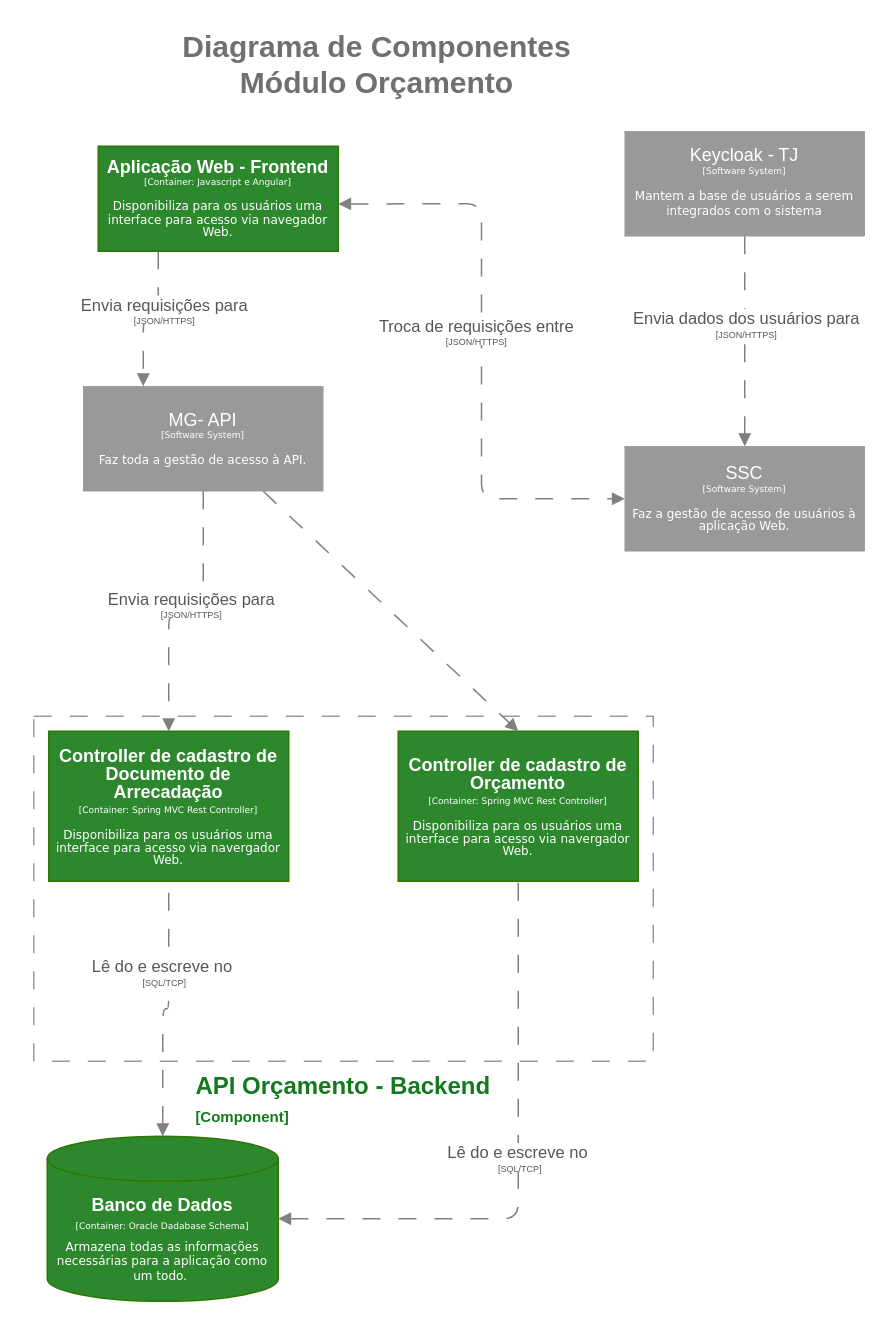
Above: drawio/Diagrama Components Orçamentário v1.drawio in vitorecdias/drawio (draw.io), before the change. Source tidied: cells renumbered, new cells numbered last; positions are measured from the earlier drawing's top-left corner, leaving out a move shared by most shapes. Both pictures are drawn from the tidied source at 150%, with x=0, y=0 at pixel (33, 26).
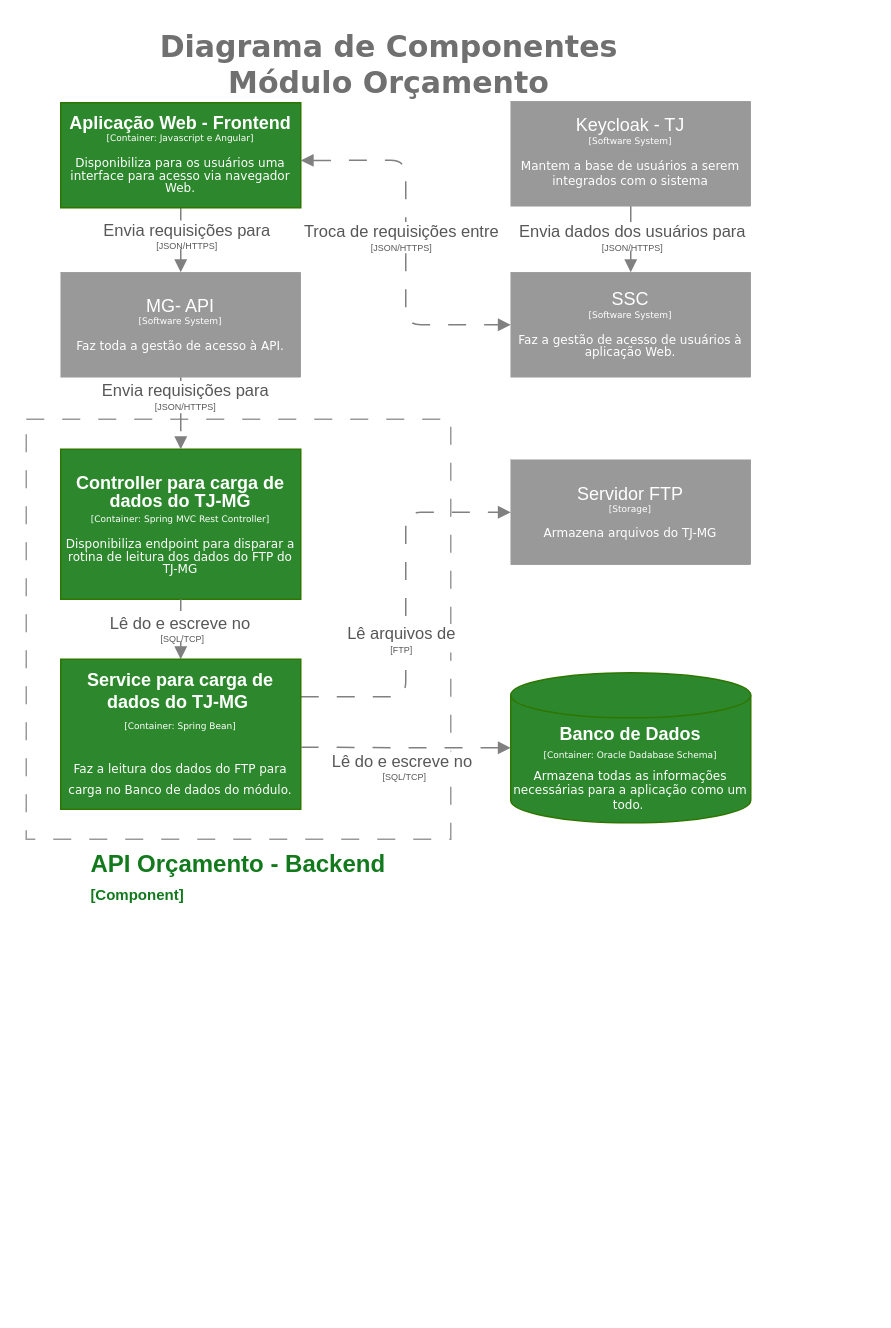
Above is the later version.

Unchanged cells that the change refers to:
```xml
<mxCell id="11" style="edgeStyle=orthogonalEdgeStyle;rounded=1;jettySize=auto;html=1;curved=0;strokeColor=light-dark(#808080, #ededed);dashed=1;dashPattern=12 12;exitX=0.5;exitY=1;exitDx=0;exitDy=0;endArrow=block;endFill=1;" parent="1" edge="1" source="10" target="7">
  <mxGeometry relative="1" as="geometry" />
</mxCell>
<mxCell id="18" style="edgeStyle=orthogonalEdgeStyle;rounded=1;jettySize=auto;html=1;curved=0;strokeColor=light-dark(#808080, #ededed);dashed=1;dashPattern=12 12;exitX=0.5;exitY=1;exitDx=0;exitDy=0;endArrow=block;endFill=1;startArrow=none;startFill=0;entryX=0.5;entryY=0;entryDx=0;entryDy=0;" parent="1" edge="1" source="17" target="8">
  <mxGeometry relative="1" as="geometry" />
</mxCell>
```

Change to the diagram source:
```diff
@@
-    <mxCell id="2" value="&lt;font style=&quot;font-size: 20px; color: rgb(112, 112, 112);&quot;&gt;&lt;b&gt;Diagrama de Componentes&lt;br&gt;Módulo Orçamento&lt;/b&gt;&lt;/font&gt;" style="text;html=1;align=center;verticalAlign=middle;whiteSpace=wrap;rounded=0;" parent="1" vertex="1">
-      <mxGeometry x="64" width="330" height="50" as="geometry" />
+    <mxCell id="2" value="&lt;font face=&quot;Verdana&quot; style=&quot;font-size: 20px; color: rgb(112, 112, 112);&quot;&gt;&lt;b&gt;Diagrama de Componentes&lt;br&gt;Módulo Orçamento&lt;/b&gt;&lt;/font&gt;" style="text;html=1;align=center;verticalAlign=middle;whiteSpace=wrap;rounded=0;" parent="1" vertex="1">
+      <mxGeometry x="72" width="330" height="50" as="geometry" />
     </mxCell>
     <mxCell id="3" value="&lt;font style=&quot;color: rgb(18, 122, 29);&quot;&gt;API Orçamento - Backend&lt;br&gt;&lt;/font&gt;&lt;div style=&quot;text-align: left;&quot;&gt;&lt;span style=&quot;font-size: 10px; background-color: transparent;&quot;&gt;&lt;font style=&quot;color: rgb(18, 122, 29);&quot;&gt;[Component]&lt;/font&gt;&lt;/span&gt;&lt;/div&gt;" style="rounded=0;whiteSpace=wrap;html=1;imageVerticalAlign=middle;labelPosition=center;verticalLabelPosition=bottom;align=center;verticalAlign=top;fontSize=16;fontStyle=1;fillColor=none;dashed=1;dashPattern=12 12;strokeColor=#999999;" parent="1" vertex="1">
-      <mxGeometry y="460" width="413" height="230" as="geometry" />
+      <mxGeometry x="-5" y="262" width="283" height="280" as="geometry" />
     </mxCell>
-    <mxCell id="4" style="edgeStyle=orthogonalEdgeStyle;rounded=1;jettySize=auto;html=1;curved=0;strokeColor=light-dark(#808080, #ededed);dashed=1;dashPattern=12 12;entryX=0.25;entryY=0;entryDx=0;entryDy=0;endArrow=block;endFill=1;exitX=0.25;exitY=1;exitDx=0;exitDy=0;" parent="1" edge="1" source="6" target="10">
+    <mxCell id="4" style="edgeStyle=orthogonalEdgeStyle;rounded=1;jettySize=auto;html=1;curved=0;strokeColor=light-dark(#808080, #ededed);dashed=1;dashPattern=12 12;entryX=0.5;entryY=0;entryDx=0;entryDy=0;endArrow=block;endFill=1;exitX=0.5;exitY=1;exitDx=0;exitDy=0;" parent="1" edge="1" source="6" target="10">
       <mxGeometry relative="1" as="geometry" />
     </mxCell>
     <mxCell id="5" value="&lt;font style=&quot;color: rgb(87, 87, 87); line-height: 50%;&quot;&gt;Envia requisições para&lt;/font&gt;&lt;div style=&quot;line-height: 50%;&quot;&gt;&lt;font style=&quot;font-size: 6px; color: rgb(87, 87, 87); line-height: 50%;&quot;&gt;[JSON/HTTPS]&lt;/font&gt;&lt;/div&gt;" style="edgeLabel;html=1;align=center;verticalAlign=middle;" parent="4" vertex="1">
       <mxGeometry x="-0.14" relative="1" as="geometry">
-        <mxPoint x="3" y="-5" as="offset" />
+        <mxPoint x="3" y="-1" as="offset" />
       </mxGeometry>
     </mxCell>
     <mxCell id="6" value="&lt;div style=&quot;line-height: 70%;&quot;&gt;&lt;font&gt;&lt;b&gt;Aplicação Web - Frontend&lt;/b&gt;&lt;/font&gt;&lt;div&gt;&lt;font face=&quot;Verdana&quot; style=&quot;font-size: 6px; line-height: 70%;&quot;&gt;[Container: Javascript e Angular]&lt;/font&gt;&lt;/div&gt;&lt;div&gt;&lt;font face=&quot;Verdana&quot; style=&quot;font-size: 6px; line-height: 70%;&quot;&gt;&lt;br&gt;&lt;/font&gt;&lt;/div&gt;&lt;div&gt;&lt;font face=&quot;Verdana&quot; style=&quot;line-height: 70%; font-size: 8px;&quot;&gt;Disponibiliza para os usuários uma interface para acesso via navegador Web.&lt;/font&gt;&lt;/div&gt;&lt;/div&gt;" style="rounded=0;whiteSpace=wrap;html=1;fillColor=#2D882D;fontColor=#ffffff;strokeColor=#2D7600;" parent="1" vertex="1">
-      <mxGeometry x="43" y="80" width="160" height="70" as="geometry" />
+      <mxGeometry x="18" y="51" width="160" height="70" as="geometry" />
     </mxCell>
-    <mxCell id="7" value="&lt;div style=&quot;line-height: 70%;&quot;&gt;&lt;b style=&quot;line-height: 100%;&quot;&gt;Controller de cadastro de Documento de Arrecadação&lt;/b&gt;&lt;br&gt;&lt;div&gt;&lt;font face=&quot;Verdana&quot; style=&quot;font-size: 6px; line-height: 70%;&quot;&gt;[Container: Spring MVC Rest Controller]&lt;/font&gt;&lt;/div&gt;&lt;div&gt;&lt;font face=&quot;Verdana&quot; style=&quot;font-size: 6px; line-height: 70%;&quot;&gt;&lt;br&gt;&lt;/font&gt;&lt;/div&gt;&lt;div&gt;&lt;font face=&quot;Verdana&quot; style=&quot;line-height: 70%; font-size: 8px;&quot;&gt;Disponibiliza para os usuários uma interface para acesso via navergador Web.&lt;/font&gt;&lt;/div&gt;&lt;/div&gt;" style="rounded=0;whiteSpace=wrap;html=1;fillColor=#2D882D;fontColor=#ffffff;strokeColor=#2D7600;" parent="1" vertex="1">
-      <mxGeometry x="10" y="470" width="160" height="100" as="geometry" />
+    <mxCell id="7" value="&lt;div style=&quot;line-height: 70%;&quot;&gt;&lt;b style=&quot;line-height: 100%;&quot;&gt;Controller para carga de dados do TJ-MG&lt;/b&gt;&lt;br&gt;&lt;div&gt;&lt;font face=&quot;Verdana&quot; style=&quot;font-size: 6px; line-height: 70%;&quot;&gt;[Container: Spring MVC Rest Controller]&lt;/font&gt;&lt;/div&gt;&lt;div&gt;&lt;font face=&quot;Verdana&quot; style=&quot;font-size: 6px; line-height: 70%;&quot;&gt;&lt;br&gt;&lt;/font&gt;&lt;/div&gt;&lt;div&gt;&lt;font face=&quot;Verdana&quot; style=&quot;line-height: 70%; font-size: 8px;&quot;&gt;Disponibiliza endpoint para disparar a rotina de leitura dos dados do FTP do TJ-MG&lt;/font&gt;&lt;/div&gt;&lt;/div&gt;" style="rounded=0;whiteSpace=wrap;html=1;fillColor=#2D882D;fontColor=#ffffff;strokeColor=#2D7600;" parent="1" vertex="1">
+      <mxGeometry x="18" y="282" width="160" height="100" as="geometry" />
     </mxCell>
     <mxCell id="8" value="&lt;div style=&quot;line-height: 70%;&quot;&gt;SSC&lt;br&gt;&lt;div&gt;&lt;font style=&quot;font-size: 6px; line-height: 70%;&quot; face=&quot;Verdana&quot;&gt;[Software System]&lt;/font&gt;&lt;/div&gt;&lt;div&gt;&lt;font style=&quot;font-size: 6px; line-height: 70%;&quot; face=&quot;Verdana&quot;&gt;&lt;br&gt;&lt;/font&gt;&lt;/div&gt;&lt;div&gt;&lt;font style=&quot;line-height: 70%; font-size: 8px;&quot; face=&quot;Verdana&quot;&gt;Faz a gestão de acesso de usuários à aplicação Web.&lt;/font&gt;&lt;/div&gt;&lt;/div&gt;" style="rounded=0;whiteSpace=wrap;html=1;fillColor=light-dark(#999999,#515151);strokeColor=#36393d;fontColor=#FFFFFF;strokeWidth=0;" parent="1" vertex="1">
-      <mxGeometry x="394" y="280" width="160" height="70" as="geometry" />
+      <mxGeometry x="318" y="164" width="160" height="70" as="geometry" />
     </mxCell>
     <mxCell id="9" value="&lt;font style=&quot;line-height: 80%;&quot; face=&quot;Helvetica&quot;&gt;&lt;b&gt;Banco de Dados&lt;/b&gt;&lt;/font&gt;&lt;div style=&quot;line-height: 80%;&quot;&gt;&lt;font style=&quot;font-size: 6px; line-height: 80%;&quot; face=&quot;Verdana&quot;&gt;[Container: Oracle Dadabase Schema]&lt;/font&gt;&lt;/div&gt;&lt;div style=&quot;line-height: 40%;&quot;&gt;&lt;font style=&quot;font-size: 6px; line-height: 40%;&quot; face=&quot;Verdana&quot;&gt;&lt;br&gt;&lt;/font&gt;&lt;/div&gt;&lt;div style=&quot;line-height: 80%;&quot;&gt;&lt;font face=&quot;Verdana&quot; style=&quot;font-size: 8px; line-height: 80%;&quot;&gt;Armazena todas as informações necessárias para a aplicação como um todo.&amp;nbsp;&lt;/font&gt;&lt;/div&gt;" style="shape=cylinder3;whiteSpace=wrap;html=1;boundedLbl=1;backgroundOutline=1;size=15;fontColor=#ffffff;fillColor=#2D882D;strokeColor=#2D7600;" parent="1" vertex="1">
-      <mxGeometry x="9" y="740" width="154" height="110" as="geometry" />
+      <mxGeometry x="318" y="431" width="160" height="100" as="geometry" />
     </mxCell>
     <mxCell id="10" value="&lt;div style=&quot;line-height: 70%;&quot;&gt;&lt;div&gt;&lt;font style=&quot;line-height: 70%;&quot;&gt;MG- API&lt;/font&gt;&lt;/div&gt;&lt;div&gt;&lt;font style=&quot;font-size: 6px; line-height: 70%;&quot; face=&quot;Verdana&quot;&gt;[Software System]&lt;/font&gt;&lt;/div&gt;&lt;div&gt;&lt;font style=&quot;font-size: 6px; line-height: 70%;&quot; face=&quot;Verdana&quot;&gt;&lt;br&gt;&lt;/font&gt;&lt;/div&gt;&lt;div&gt;&lt;font style=&quot;line-height: 70%; font-size: 8px;&quot; face=&quot;Verdana&quot;&gt;Faz toda a gestão de acesso à API.&lt;/font&gt;&lt;/div&gt;&lt;/div&gt;" style="rounded=0;whiteSpace=wrap;html=1;fillColor=light-dark(#999999,#515151);strokeColor=#36393d;fontColor=#FFFFFF;strokeWidth=0;" parent="1" vertex="1">
-      <mxGeometry x="33" y="240" width="160" height="70" as="geometry" />
+      <mxGeometry x="18" y="164" width="160" height="70" as="geometry" />
     </mxCell>
@@
     <mxCell id="12" value="&lt;font style=&quot;color: rgb(87, 87, 87); line-height: 50%;&quot;&gt;Envia requisições para&lt;/font&gt;&lt;div style=&quot;line-height: 50%;&quot;&gt;&lt;font style=&quot;font-size: 6px; color: rgb(87, 87, 87); line-height: 50%;&quot;&gt;[JSON/HTTPS]&lt;/font&gt;&lt;/div&gt;" style="edgeLabel;html=1;align=center;verticalAlign=middle;" parent="11" vertex="1">
       <mxGeometry x="-0.14" relative="1" as="geometry">
-        <mxPoint x="-9" y="-5" as="offset" />
+        <mxPoint x="2" y="-10" as="offset" />
       </mxGeometry>
     </mxCell>
-    <mxCell id="13" style="edgeStyle=orthogonalEdgeStyle;rounded=1;jettySize=auto;html=1;curved=0;strokeColor=light-dark(#808080, #ededed);dashed=1;dashPattern=12 12;entryX=0.5;entryY=1;entryDx=0;entryDy=0;exitX=0.5;exitY=0;exitDx=0;exitDy=0;endArrow=none;endFill=1;startArrow=block;startFill=1;exitPerimeter=0;" parent="1" edge="1" source="9" target="7">
+    <mxCell id="13" style="edgeStyle=orthogonalEdgeStyle;rounded=1;jettySize=auto;html=1;curved=0;strokeColor=light-dark(#808080, #ededed);dashed=1;dashPattern=12 12;entryX=0.5;entryY=1;entryDx=0;entryDy=0;endArrow=none;endFill=1;startArrow=block;startFill=1;" parent="1" edge="1" source="27" target="7">
       <mxGeometry relative="1" as="geometry" />
     </mxCell>
     <mxCell id="14" value="&lt;font style=&quot;color: rgb(87, 87, 87); line-height: 50%;&quot;&gt;Lê do e escreve no&amp;nbsp;&lt;/font&gt;&lt;div style=&quot;line-height: 50%;&quot;&gt;&lt;font style=&quot;font-size: 6px; color: rgb(87, 87, 87); line-height: 50%;&quot;&gt;[SQL/TCP]&lt;/font&gt;&lt;/div&gt;" style="edgeLabel;html=1;align=center;verticalAlign=middle;" parent="13" vertex="1">
       <mxGeometry x="-0.14" relative="1" as="geometry">
-        <mxPoint y="-36" as="offset" />
+        <mxPoint y="-5" as="offset" />
       </mxGeometry>
     </mxCell>
@@
     <mxCell id="17" value="&lt;div style=&quot;line-height: 70%;&quot;&gt;Keycloak - TJ&lt;br&gt;&lt;div&gt;&lt;font style=&quot;font-size: 6px; line-height: 70%;&quot; face=&quot;Verdana&quot;&gt;[Software System]&lt;/font&gt;&lt;/div&gt;&lt;div&gt;&lt;font style=&quot;font-size: 6px; line-height: 70%;&quot; face=&quot;Verdana&quot;&gt;&lt;br&gt;&lt;/font&gt;&lt;/div&gt;&lt;div&gt;&lt;font face=&quot;Verdana&quot;&gt;&lt;span style=&quot;font-size: 8px;&quot;&gt;Mantem a base de usuários a serem integrados com o sistema&lt;/span&gt;&lt;/font&gt;&lt;/div&gt;&lt;/div&gt;" style="rounded=0;whiteSpace=wrap;html=1;fillColor=light-dark(#999999,#515151);strokeColor=#36393d;fontColor=#FFFFFF;strokeWidth=0;" parent="1" vertex="1">
-      <mxGeometry x="394" y="70" width="160" height="70" as="geometry" />
+      <mxGeometry x="318" y="50" width="160" height="70" as="geometry" />
     </mxCell>
@@
     <mxCell id="19" value="&lt;font style=&quot;color: rgb(87, 87, 87); line-height: 50%;&quot;&gt;Envia dados dos usuários para&lt;/font&gt;&lt;div style=&quot;line-height: 50%;&quot;&gt;&lt;font style=&quot;font-size: 6px; color: rgb(87, 87, 87); line-height: 50%;&quot;&gt;[JSON/HTTPS]&lt;/font&gt;&lt;/div&gt;" style="edgeLabel;html=1;align=center;verticalAlign=middle;" parent="18" vertex="1">
-      <mxGeometry x="-0.14" relative="1" as="geometry">
-        <mxPoint y="-3" as="offset" />
-      </mxGeometry>
+      <mxGeometry x="-0.14" relative="1" as="geometry" />
     </mxCell>
-    <mxCell id="20" value="&lt;div style=&quot;line-height: 70%;&quot;&gt;&lt;b style=&quot;line-height: 100%;&quot;&gt;Controller de cadastro de Orçamento&lt;/b&gt;&lt;br&gt;&lt;div&gt;&lt;font face=&quot;Verdana&quot; style=&quot;font-size: 6px; line-height: 70%;&quot;&gt;[Container: Spring MVC Rest Controller]&lt;/font&gt;&lt;/div&gt;&lt;div&gt;&lt;font face=&quot;Verdana&quot; style=&quot;font-size: 6px; line-height: 70%;&quot;&gt;&lt;br&gt;&lt;/font&gt;&lt;/div&gt;&lt;div&gt;&lt;font face=&quot;Verdana&quot; style=&quot;line-height: 70%; font-size: 8px;&quot;&gt;Disponibiliza para os usuários uma interface para acesso via navergador Web.&lt;/font&gt;&lt;/div&gt;&lt;/div&gt;" style="rounded=0;whiteSpace=wrap;html=1;fillColor=#2D882D;fontColor=#ffffff;strokeColor=#2D7600;" parent="1" vertex="1">
-      <mxGeometry x="243" y="470" width="160" height="100" as="geometry" />
-    </mxCell>
-    <mxCell id="21" style="endArrow=block;html=1;rounded=0;exitX=0.75;exitY=1;exitDx=0;exitDy=0;entryX=0.5;entryY=0;entryDx=0;entryDy=0;strokeColor=#808080;dashed=1;dashPattern=12 12;endFill=1;" parent="1" edge="1" source="10" target="20">
-      <mxGeometry relative="1" as="geometry" />
-    </mxCell>
-    <mxCell id="22" style="edgeStyle=orthogonalEdgeStyle;rounded=1;jettySize=auto;html=1;curved=0;strokeColor=light-dark(#808080, #ededed);dashed=1;dashPattern=12 12;entryX=0.5;entryY=1;entryDx=0;entryDy=0;exitX=1;exitY=0.5;exitDx=0;exitDy=0;endArrow=none;endFill=1;startArrow=block;startFill=1;exitPerimeter=0;" parent="1" edge="1" source="9" target="20">
-      <mxGeometry relative="1" as="geometry" />
-    </mxCell>
+    <mxCell id="24" value="&lt;div style=&quot;line-height: 70%;&quot;&gt;Servidor FTP&lt;br&gt;&lt;div&gt;&lt;font style=&quot;font-size: 6px; line-height: 70%;&quot; face=&quot;Verdana&quot;&gt;[Storage]&lt;/font&gt;&lt;/div&gt;&lt;div&gt;&lt;font style=&quot;font-size: 6px; line-height: 70%;&quot; face=&quot;Verdana&quot;&gt;&lt;br&gt;&lt;/font&gt;&lt;/div&gt;&lt;div&gt;&lt;font style=&quot;line-height: 70%; font-size: 8px;&quot; face=&quot;Verdana&quot;&gt;Armazena arquivos do TJ-MG&lt;/font&gt;&lt;/div&gt;&lt;/div&gt;" style="rounded=0;whiteSpace=wrap;html=1;fillColor=light-dark(#999999,#515151);strokeColor=#36393d;fontColor=#FFFFFF;strokeWidth=0;" parent="1" vertex="1">
+      <mxGeometry x="318" y="289" width="160" height="70" as="geometry" />
+    </mxCell>
+    <mxCell id="25" style="edgeStyle=orthogonalEdgeStyle;rounded=1;jettySize=auto;html=1;curved=0;strokeColor=light-dark(#808080, #ededed);dashed=1;dashPattern=12 12;exitX=1;exitY=0.25;exitDx=0;exitDy=0;endArrow=block;endFill=1;entryX=0;entryY=0.5;entryDx=0;entryDy=0;" parent="1" edge="1" source="27" target="24">
+      <mxGeometry relative="1" as="geometry" />
+    </mxCell>
+    <mxCell id="26" value="&lt;font style=&quot;color: rgb(87, 87, 87); line-height: 50%;&quot;&gt;Lê arquivos de&lt;/font&gt;&lt;div style=&quot;line-height: 50%;&quot;&gt;&lt;font style=&quot;font-size: 6px; color: rgb(87, 87, 87); line-height: 50%;&quot;&gt;[FTP]&lt;/font&gt;&lt;/div&gt;" style="edgeLabel;html=1;align=center;verticalAlign=middle;" parent="25" vertex="1">
+      <mxGeometry x="-0.14" relative="1" as="geometry">
+        <mxPoint x="-4" y="3" as="offset" />
+      </mxGeometry>
+    </mxCell>
+    <mxCell id="27" value="&lt;div&gt;&lt;div&gt;&lt;font&gt;&lt;b&gt;Service para carga de dados do TJ-MG&amp;nbsp;&lt;/b&gt;&lt;/font&gt;&lt;/div&gt;&lt;div&gt;&lt;font face=&quot;Verdana&quot; style=&quot;font-size: 6px;&quot;&gt;[Container: Spring Bean]&lt;/font&gt;&lt;/div&gt;&lt;div&gt;&lt;font face=&quot;Verdana&quot; style=&quot;font-size: 6px; line-height: 70%;&quot;&gt;&lt;br&gt;&lt;/font&gt;&lt;/div&gt;&lt;div&gt;&lt;font face=&quot;Verdana&quot; style=&quot;line-height: 70%; font-size: 8px;&quot;&gt;Faz a leitura dos dados do FTP para carga no Banco de dados do módulo.&lt;/font&gt;&lt;/div&gt;&lt;/div&gt;" style="rounded=0;whiteSpace=wrap;html=1;fillColor=#2D882D;fontColor=#ffffff;strokeColor=#2D7600;" parent="1" vertex="1">
+      <mxGeometry x="18" y="422" width="160" height="100" as="geometry" />
+    </mxCell>
+    <mxCell id="28" style="edgeStyle=orthogonalEdgeStyle;rounded=1;jettySize=auto;html=1;curved=0;strokeColor=light-dark(#808080, #ededed);dashed=1;dashPattern=12 12;entryX=1.002;entryY=0.586;entryDx=0;entryDy=0;endArrow=none;endFill=1;startArrow=block;startFill=1;exitX=0;exitY=0.5;exitDx=0;exitDy=0;exitPerimeter=0;entryPerimeter=0;" parent="1" edge="1" source="9" target="27">
+      <mxGeometry relative="1" as="geometry" />
+    </mxCell>
-    <mxCell id="23" value="&lt;font style=&quot;color: rgb(87, 87, 87); line-height: 50%;&quot;&gt;Lê do e escreve no&amp;nbsp;&lt;/font&gt;&lt;div style=&quot;line-height: 50%;&quot;&gt;&lt;font style=&quot;font-size: 6px; color: rgb(87, 87, 87); line-height: 50%;&quot;&gt;[SQL/TCP]&lt;/font&gt;&lt;/div&gt;" style="edgeLabel;html=1;align=center;verticalAlign=middle;" parent="22" vertex="1">
+    <mxCell id="23" value="&lt;font style=&quot;color: rgb(87, 87, 87); line-height: 50%;&quot;&gt;Lê do e escreve no&amp;nbsp;&lt;/font&gt;&lt;div style=&quot;line-height: 50%;&quot;&gt;&lt;font style=&quot;font-size: 6px; color: rgb(87, 87, 87); line-height: 50%;&quot;&gt;[SQL/TCP]&lt;/font&gt;&lt;/div&gt;" style="edgeLabel;html=1;align=center;verticalAlign=middle;" parent="28" vertex="1">
       <mxGeometry x="-0.14" relative="1" as="geometry">
-        <mxPoint y="-36" as="offset" />
+        <mxPoint x="-12" y="11" as="offset" />
       </mxGeometry>
     </mxCell>
```
